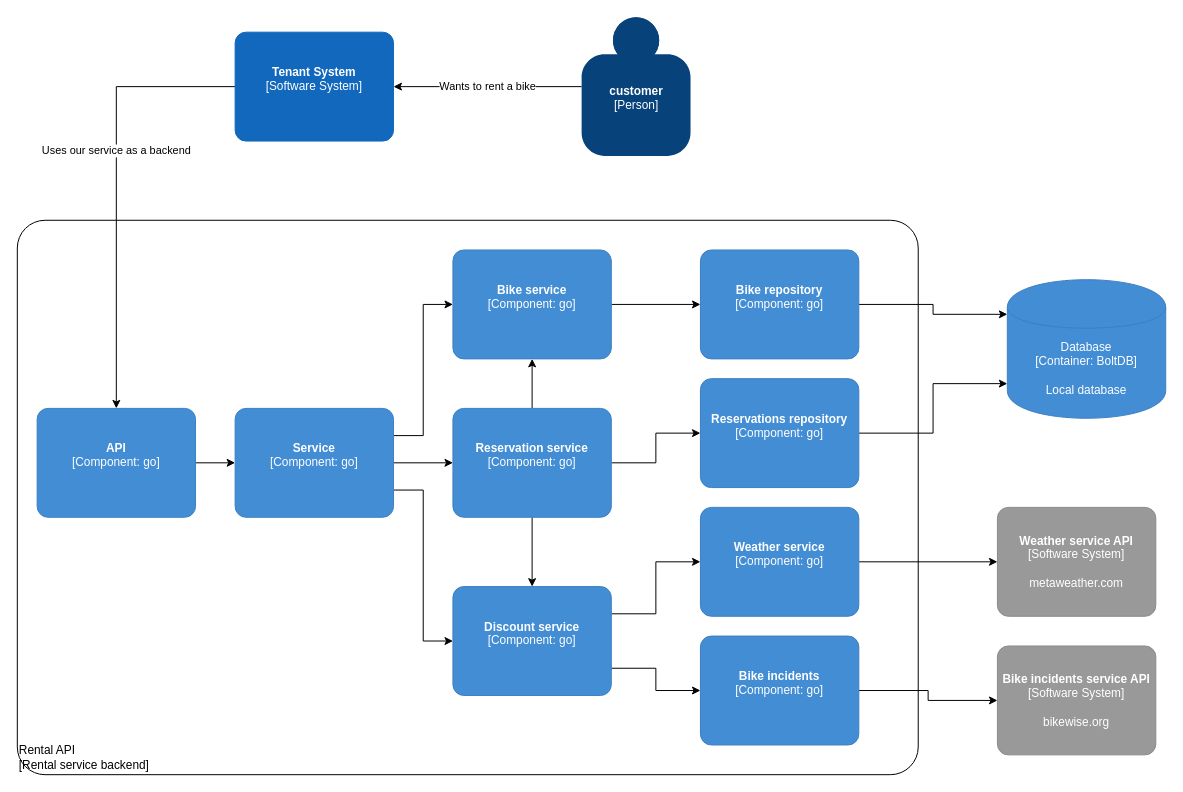
GoSolve-io/go-application-guide keeps this draw.io diagram as docs/systemdesign/components.drawio. Above is the earlier version. Source tidied: cells renumbered, new cells numbered last; positions are measured from the earlier drawing's top-left corner, leaving out a move shared by most shapes. Both pictures are drawn from the tidied source at 99%, with x=0, y=0 at pixel (17, 17).
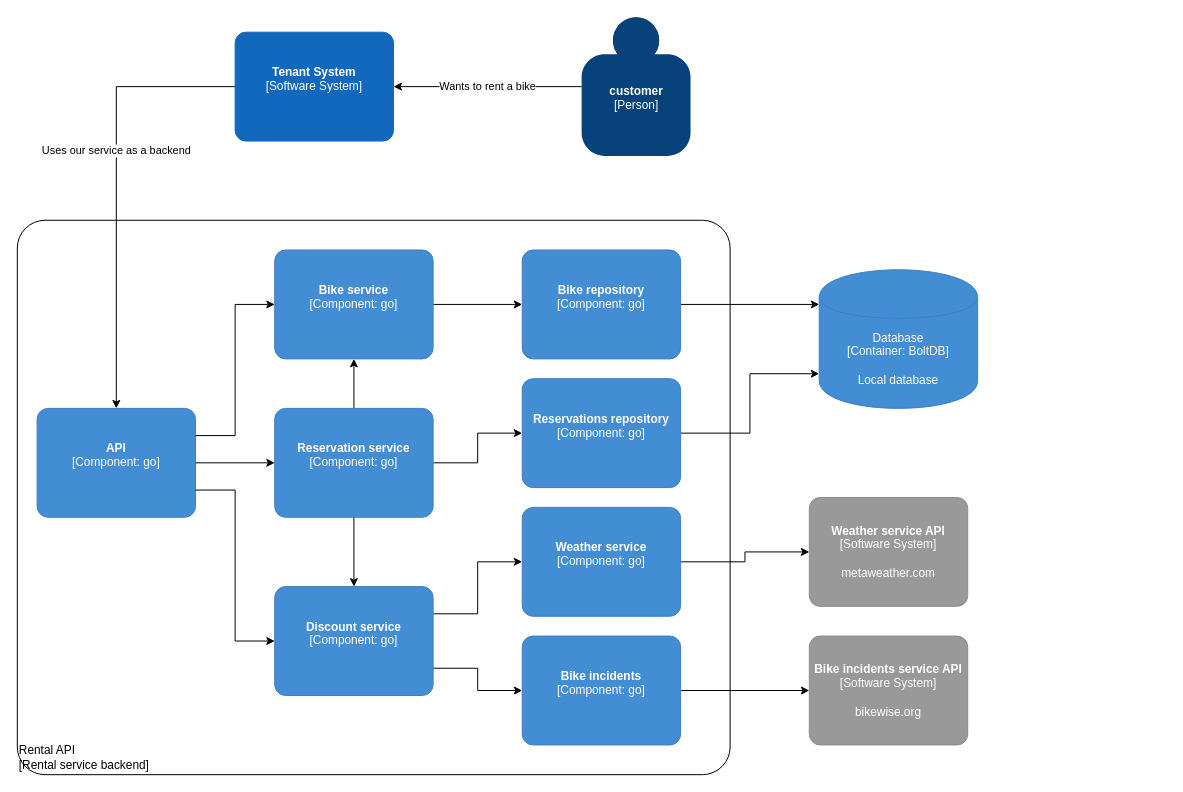
The same page after the edit.

Unchanged cells that the change refers to:
```xml
<object id="8" label="&lt;b&gt;%c4Name%&lt;/b&gt;&lt;div&gt;[%c4Type%: %c4Technology%]&lt;/div&gt;&lt;br&gt;&lt;div&gt;%c4Description%&lt;/div&gt;" c4Description="" c4Name="API" c4Technology="go" c4Type="Component" placeholders="1">
  <mxCell style="rounded=1;whiteSpace=wrap;html=1;labelBackgroundColor=none;fillColor=#438DD5;fontColor=#ffffff;align=center;arcSize=10;strokeColor=#3C7FC0;metaData={&quot;c4Type&quot;:{&quot;editable&quot;:false}};points=[[0.25,0,0],[0.5,0,0],[0.75,0,0],[1,0.25,0],[1,0.5,0],[1,0.75,0],[0.75,1,0],[0.5,1,0],[0.25,1,0],[0,0.75,0],[0,0.5,0],[0,0.25,0]];" parent="1" vertex="1">
    <mxGeometry x="20" y="395" width="160" height="110" as="geometry" />
  </mxCell>
</object>
```

Diff of the diagram source:
```diff
@@
     <object id="2" label="&lt;div style=&quot;text-align: left&quot;&gt;%c4Name%&lt;/div&gt;&lt;div style=&quot;text-align: left&quot;&gt;[%c4Application%]&lt;/div&gt;" c4Application="Rental service backend" c4Name="Rental API" placeholders="1">
       <mxCell style="rounded=1;whiteSpace=wrap;html=1;labelBackgroundColor=none;fillColor=#ffffff;fontColor=#000000;align=left;arcSize=5;strokeColor=#000000;verticalAlign=bottom;metaData={&quot;c4Type&quot;:{&quot;editable&quot;:false}};" parent="1" vertex="1">
-        <mxGeometry y="205" width="910" height="560" as="geometry" />
+        <mxGeometry y="205" width="720" height="560" as="geometry" />
       </mxCell>
     </object>
@@
-    <mxCell id="7" style="edgeStyle=orthogonalEdgeStyle;rounded=0;jettySize=auto;html=1;" parent="1" edge="1" source="8" target="12">
-      <mxGeometry relative="1" as="geometry" />
-    </mxCell>
@@
-    <mxCell id="9" style="edgeStyle=orthogonalEdgeStyle;rounded=0;jettySize=auto;html=1;exitX=1;exitY=0.25;exitDx=0;exitDy=0;exitPerimeter=0;entryX=0;entryY=0.5;entryDx=0;entryDy=0;entryPerimeter=0;" parent="1" edge="1" source="12" target="14">
+    <mxCell id="9" style="edgeStyle=orthogonalEdgeStyle;rounded=0;jettySize=auto;html=1;exitX=1;exitY=0.25;exitDx=0;exitDy=0;exitPerimeter=0;entryX=0;entryY=0.5;entryDx=0;entryDy=0;entryPerimeter=0;" parent="1" edge="1" source="8" target="14">
       <mxGeometry relative="1" as="geometry" />
     </mxCell>
-    <mxCell id="10" style="edgeStyle=orthogonalEdgeStyle;rounded=0;jettySize=auto;html=1;exitX=1;exitY=0.5;exitDx=0;exitDy=0;exitPerimeter=0;entryX=0;entryY=0.5;entryDx=0;entryDy=0;entryPerimeter=0;" parent="1" edge="1" source="12" target="21">
+    <mxCell id="10" style="edgeStyle=orthogonalEdgeStyle;rounded=0;jettySize=auto;html=1;exitX=1;exitY=0.5;exitDx=0;exitDy=0;exitPerimeter=0;entryX=0;entryY=0.5;entryDx=0;entryDy=0;entryPerimeter=0;" parent="1" edge="1" source="8" target="21">
       <mxGeometry relative="1" as="geometry" />
     </mxCell>
-    <mxCell id="11" style="edgeStyle=orthogonalEdgeStyle;rounded=0;jettySize=auto;html=1;exitX=1;exitY=0.75;exitDx=0;exitDy=0;exitPerimeter=0;entryX=0;entryY=0.5;entryDx=0;entryDy=0;entryPerimeter=0;" parent="1" edge="1" source="12" target="17">
+    <mxCell id="11" style="edgeStyle=orthogonalEdgeStyle;rounded=0;jettySize=auto;html=1;exitX=1;exitY=0.75;exitDx=0;exitDy=0;exitPerimeter=0;entryX=0;entryY=0.5;entryDx=0;entryDy=0;entryPerimeter=0;" parent="1" edge="1" source="8" target="17">
       <mxGeometry relative="1" as="geometry" />
     </mxCell>
-    <object id="12" label="&lt;b&gt;%c4Name%&lt;/b&gt;&lt;div&gt;[%c4Type%: %c4Technology%]&lt;/div&gt;&lt;br&gt;&lt;div&gt;%c4Description%&lt;/div&gt;" c4Description="" c4Name="Service" c4Technology="go" c4Type="Component" placeholders="1">
-      <mxCell style="rounded=1;whiteSpace=wrap;html=1;labelBackgroundColor=none;fillColor=#438DD5;fontColor=#ffffff;align=center;arcSize=10;strokeColor=#3C7FC0;metaData={&quot;c4Type&quot;:{&quot;editable&quot;:false}};points=[[0.25,0,0],[0.5,0,0],[0.75,0,0],[1,0.25,0],[1,0.5,0],[1,0.75,0],[0.75,1,0],[0.5,1,0],[0.25,1,0],[0,0.75,0],[0,0.5,0],[0,0.25,0]];" parent="1" vertex="1">
-        <mxGeometry x="220" y="395" width="160" height="110" as="geometry" />
-      </mxCell>
-    </object>
@@
     <object id="14" label="&lt;b&gt;%c4Name%&lt;/b&gt;&lt;div&gt;[%c4Type%: %c4Technology%]&lt;/div&gt;&lt;br&gt;&lt;div&gt;%c4Description%&lt;/div&gt;" c4Description="" c4Name="Bike service" c4Technology="go" c4Type="Component" placeholders="1">
       <mxCell style="rounded=1;whiteSpace=wrap;html=1;labelBackgroundColor=none;fillColor=#438DD5;fontColor=#ffffff;align=center;arcSize=10;strokeColor=#3C7FC0;metaData={&quot;c4Type&quot;:{&quot;editable&quot;:false}};points=[[0.25,0,0],[0.5,0,0],[0.75,0,0],[1,0.25,0],[1,0.5,0],[1,0.75,0],[0.75,1,0],[0.5,1,0],[0.25,1,0],[0,0.75,0],[0,0.5,0],[0,0.25,0]];" parent="1" vertex="1">
-        <mxGeometry x="440" y="235" width="160" height="110" as="geometry" />
+        <mxGeometry x="260" y="235" width="160" height="110" as="geometry" />
       </mxCell>
     </object>
@@
     <object id="17" label="&lt;b&gt;%c4Name%&lt;/b&gt;&lt;div&gt;[%c4Type%: %c4Technology%]&lt;/div&gt;&lt;br&gt;&lt;div&gt;%c4Description%&lt;/div&gt;" c4Description="" c4Name="Discount service" c4Technology="go" c4Type="Component" placeholders="1">
       <mxCell style="rounded=1;whiteSpace=wrap;html=1;labelBackgroundColor=none;fillColor=#438DD5;fontColor=#ffffff;align=center;arcSize=10;strokeColor=#3C7FC0;metaData={&quot;c4Type&quot;:{&quot;editable&quot;:false}};points=[[0.25,0,0],[0.5,0,0],[0.75,0,0],[1,0.25,0],[1,0.5,0],[1,0.75,0],[0.75,1,0],[0.5,1,0],[0.25,1,0],[0,0.75,0],[0,0.5,0],[0,0.25,0]];" parent="1" vertex="1">
-        <mxGeometry x="440" y="575" width="160" height="110" as="geometry" />
+        <mxGeometry x="260" y="575" width="160" height="110" as="geometry" />
       </mxCell>
     </object>
@@
     <object id="21" label="&lt;b&gt;%c4Name%&lt;/b&gt;&lt;div&gt;[%c4Type%: %c4Technology%]&lt;/div&gt;&lt;br&gt;&lt;div&gt;%c4Description%&lt;/div&gt;" c4Description="" c4Name="Reservation service" c4Technology="go" c4Type="Component" placeholders="1">
       <mxCell style="rounded=1;whiteSpace=wrap;html=1;labelBackgroundColor=none;fillColor=#438DD5;fontColor=#ffffff;align=center;arcSize=10;strokeColor=#3C7FC0;metaData={&quot;c4Type&quot;:{&quot;editable&quot;:false}};points=[[0.25,0,0],[0.5,0,0],[0.75,0,0],[1,0.25,0],[1,0.5,0],[1,0.75,0],[0.75,1,0],[0.5,1,0],[0.25,1,0],[0,0.75,0],[0,0.5,0],[0,0.25,0]];" parent="1" vertex="1">
-        <mxGeometry x="440" y="395" width="160" height="110" as="geometry" />
+        <mxGeometry x="260" y="395" width="160" height="110" as="geometry" />
       </mxCell>
     </object>
     <object id="22" label="%c4Type%&lt;div&gt;[Container:&amp;nbsp;%c4Technology%]&lt;/div&gt;&lt;br&gt;&lt;div&gt;%c4Description%&lt;/div&gt;" c4Description="Local database" c4Technology="BoltDB" c4Type="Database" placeholders="1">
       <mxCell style="shape=cylinder;whiteSpace=wrap;html=1;boundedLbl=1;rounded=0;labelBackgroundColor=none;fillColor=#438DD5;fontSize=12;fontColor=#ffffff;align=center;strokeColor=#3C7FC0;points=[[0.5,0,0],[1,0.25,0],[1,0.5,0],[1,0.75,0],[0.5,1,0],[0,0.75,0],[0,0.5,0],[0,0.25,0]];metaData={&quot;c4Type&quot;:{&quot;editable&quot;:false}};" parent="1" vertex="1">
-        <mxGeometry x="1000" y="265" width="160" height="140" as="geometry" />
+        <mxGeometry x="810" y="255" width="160" height="140" as="geometry" />
       </mxCell>
     </object>
     <object id="23" label="&lt;b&gt;%c4Name%&lt;/b&gt;&lt;div&gt;[%c4Type%]&lt;/div&gt;&lt;br&gt;&lt;div&gt;%c4Description%&lt;/div&gt;" c4Description="metaweather.com" c4Name="Weather service API" c4Type="Software System" placeholders="1">
       <mxCell style="rounded=1;whiteSpace=wrap;html=1;labelBackgroundColor=none;fillColor=#999999;fontColor=#ffffff;align=center;arcSize=10;strokeColor=#8A8A8A;metaData={&quot;c4Type&quot;:{&quot;editable&quot;:false}};points=[[0.25,0,0],[0.5,0,0],[0.75,0,0],[1,0.25,0],[1,0.5,0],[1,0.75,0],[0.75,1,0],[0.5,1,0],[0.25,1,0],[0,0.75,0],[0,0.5,0],[0,0.25,0]];" parent="1" vertex="1">
-        <mxGeometry x="990" y="495" width="160" height="110" as="geometry" />
+        <mxGeometry x="800" y="485" width="160" height="110" as="geometry" />
       </mxCell>
     </object>
     <object id="24" label="&lt;b&gt;%c4Name%&lt;/b&gt;&lt;div&gt;[%c4Type%]&lt;/div&gt;&lt;br&gt;&lt;div&gt;%c4Description%&lt;/div&gt;" c4Description="bikewise.org" c4Name="Bike incidents service API" c4Type="Software System" placeholders="1">
       <mxCell style="rounded=1;whiteSpace=wrap;html=1;labelBackgroundColor=none;fillColor=#999999;fontColor=#ffffff;align=center;arcSize=10;strokeColor=#8A8A8A;metaData={&quot;c4Type&quot;:{&quot;editable&quot;:false}};points=[[0.25,0,0],[0.5,0,0],[0.75,0,0],[1,0.25,0],[1,0.5,0],[1,0.75,0],[0.75,1,0],[0.5,1,0],[0.25,1,0],[0,0.75,0],[0,0.5,0],[0,0.25,0]];" parent="1" vertex="1">
-        <mxGeometry x="990" y="635" width="160" height="110" as="geometry" />
+        <mxGeometry x="800" y="625" width="160" height="110" as="geometry" />
       </mxCell>
     </object>
@@
     <object id="26" label="&lt;b&gt;%c4Name%&lt;/b&gt;&lt;div&gt;[%c4Type%: %c4Technology%]&lt;/div&gt;&lt;br&gt;&lt;div&gt;%c4Description%&lt;/div&gt;" c4Description="" c4Name="Reservations repository" c4Technology="go" c4Type="Component" placeholders="1">
       <mxCell style="rounded=1;whiteSpace=wrap;html=1;labelBackgroundColor=none;fillColor=#438DD5;fontColor=#ffffff;align=center;arcSize=10;strokeColor=#3C7FC0;metaData={&quot;c4Type&quot;:{&quot;editable&quot;:false}};points=[[0.25,0,0],[0.5,0,0],[0.75,0,0],[1,0.25,0],[1,0.5,0],[1,0.75,0],[0.75,1,0],[0.5,1,0],[0.25,1,0],[0,0.75,0],[0,0.5,0],[0,0.25,0]];" parent="1" vertex="1">
-        <mxGeometry x="690" y="365" width="160" height="110" as="geometry" />
+        <mxGeometry x="510" y="365" width="160" height="110" as="geometry" />
       </mxCell>
     </object>
@@
     <object id="28" label="&lt;b&gt;%c4Name%&lt;/b&gt;&lt;div&gt;[%c4Type%: %c4Technology%]&lt;/div&gt;&lt;br&gt;&lt;div&gt;%c4Description%&lt;/div&gt;" c4Description="" c4Name="Bike repository" c4Technology="go" c4Type="Component" placeholders="1">
       <mxCell style="rounded=1;whiteSpace=wrap;html=1;labelBackgroundColor=none;fillColor=#438DD5;fontColor=#ffffff;align=center;arcSize=10;strokeColor=#3C7FC0;metaData={&quot;c4Type&quot;:{&quot;editable&quot;:false}};points=[[0.25,0,0],[0.5,0,0],[0.75,0,0],[1,0.25,0],[1,0.5,0],[1,0.75,0],[0.75,1,0],[0.5,1,0],[0.25,1,0],[0,0.75,0],[0,0.5,0],[0,0.25,0]];" parent="1" vertex="1">
-        <mxGeometry x="690" y="235" width="160" height="110" as="geometry" />
+        <mxGeometry x="510" y="235" width="160" height="110" as="geometry" />
       </mxCell>
     </object>
@@
     <object id="30" label="&lt;b&gt;%c4Name%&lt;/b&gt;&lt;div&gt;[%c4Type%: %c4Technology%]&lt;/div&gt;&lt;br&gt;&lt;div&gt;%c4Description%&lt;/div&gt;" c4Description="" c4Name="Weather service" c4Technology="go" c4Type="Component" placeholders="1">
       <mxCell style="rounded=1;whiteSpace=wrap;html=1;labelBackgroundColor=none;fillColor=#438DD5;fontColor=#ffffff;align=center;arcSize=10;strokeColor=#3C7FC0;metaData={&quot;c4Type&quot;:{&quot;editable&quot;:false}};points=[[0.25,0,0],[0.5,0,0],[0.75,0,0],[1,0.25,0],[1,0.5,0],[1,0.75,0],[0.75,1,0],[0.5,1,0],[0.25,1,0],[0,0.75,0],[0,0.5,0],[0,0.25,0]];" parent="1" vertex="1">
-        <mxGeometry x="690" y="495" width="160" height="110" as="geometry" />
+        <mxGeometry x="510" y="495" width="160" height="110" as="geometry" />
       </mxCell>
     </object>
@@
     <object id="32" label="&lt;b&gt;%c4Name%&lt;/b&gt;&lt;div&gt;[%c4Type%: %c4Technology%]&lt;/div&gt;&lt;br&gt;&lt;div&gt;%c4Description%&lt;/div&gt;" c4Description="" c4Name="Bike incidents" c4Technology="go" c4Type="Component" placeholders="1">
       <mxCell style="rounded=1;whiteSpace=wrap;html=1;labelBackgroundColor=none;fillColor=#438DD5;fontColor=#ffffff;align=center;arcSize=10;strokeColor=#3C7FC0;metaData={&quot;c4Type&quot;:{&quot;editable&quot;:false}};points=[[0.25,0,0],[0.5,0,0],[0.75,0,0],[1,0.25,0],[1,0.5,0],[1,0.75,0],[0.75,1,0],[0.5,1,0],[0.25,1,0],[0,0.75,0],[0,0.5,0],[0,0.25,0]];" parent="1" vertex="1">
-        <mxGeometry x="690" y="625" width="160" height="110" as="geometry" />
+        <mxGeometry x="510" y="625" width="160" height="110" as="geometry" />
       </mxCell>
     </object>
```
